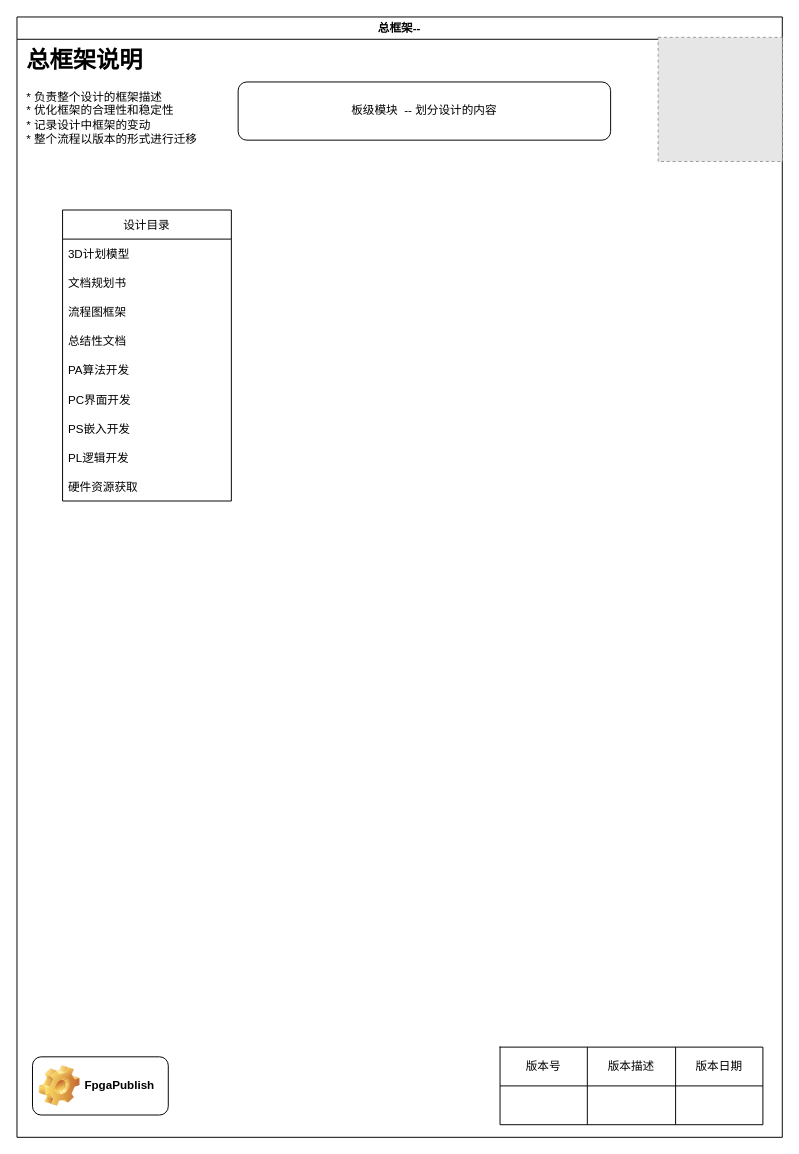
This is page "总框架" (1 of 3) of smart_eye_exec_flow/smart_eye_flow_manual.drawio from FpgaPublish/k2_smart_eye, a draw.io file, before an edit. Source tidied: cells renumbered, new cells numbered last; positions are measured from the earlier drawing's top-left corner, leaving out a move shared by most shapes. Both pictures are drawn from the tidied source at 97%, with x=0, y=0 at pixel (16, 16). Pictures stored in the file or linked from it are replaced by grey dashed boxes.
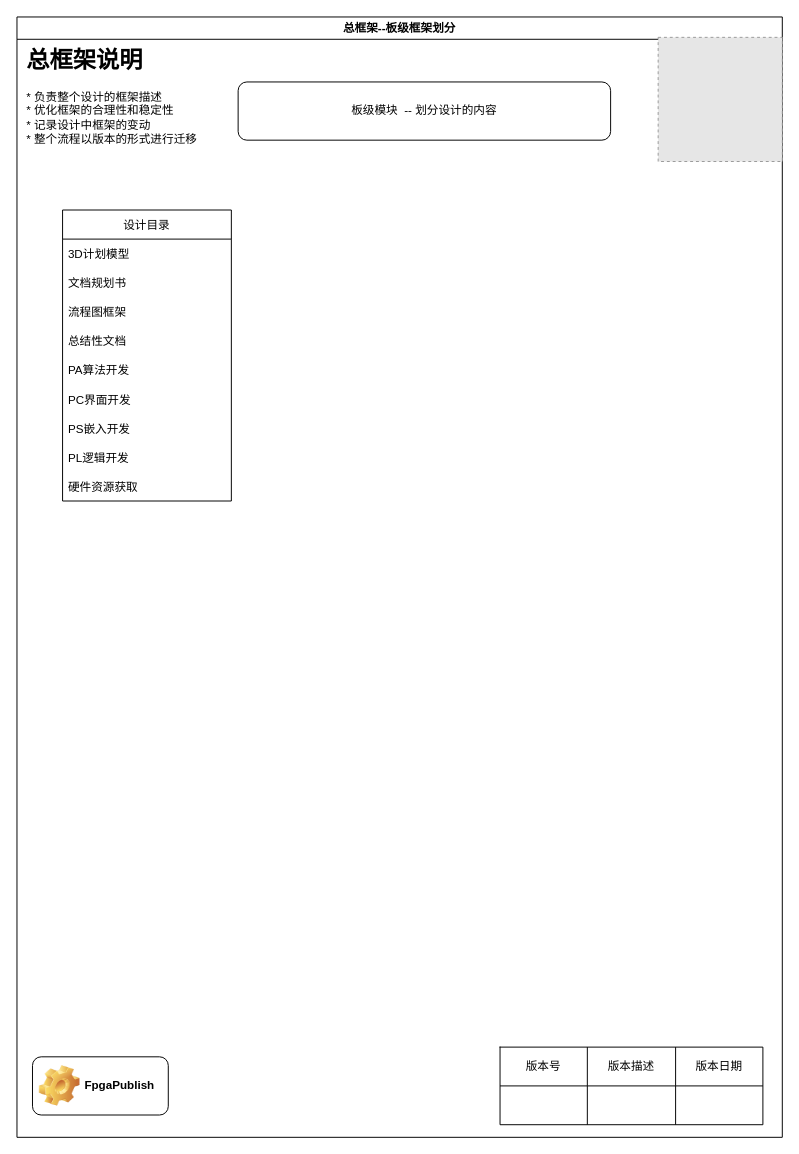
The same page after the edit.

The edit, as a diff of the source:
```diff
@@
-    <mxCell id="2" value="总框架--" style="swimlane;" parent="1" vertex="1">
+    <mxCell id="2" value="总框架--板级框架划分" style="swimlane;" parent="1" vertex="1">
       <mxGeometry width="789" height="1155" as="geometry" />
     </mxCell>
```
